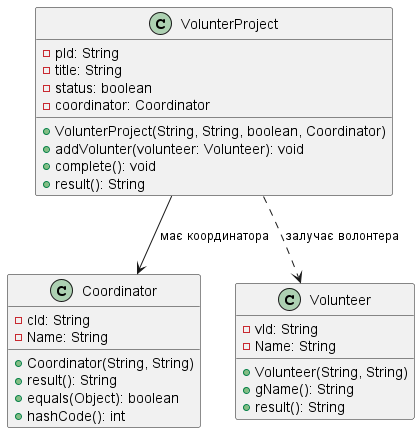
This is lab1/docs/d.png from alexboikotik-png/oop-khpi-2, a PlantUML export, as it was before one commit.
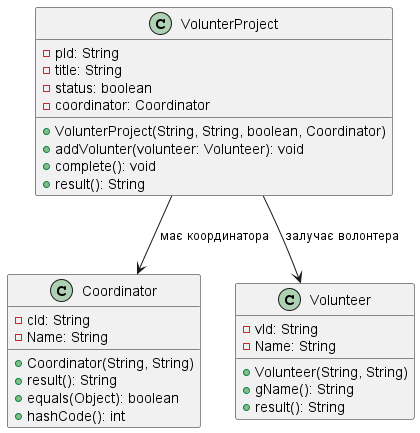
After the change.

What changed in the source:
```diff
@@ -28,5 +28,5 @@
 }
 
 VolunterProject --> Coordinator: має координатора
-VolunterProject ..> Volunteer: залучає волонтера
+VolunterProject --> Volunteer: залучає волонтера
 @enduml
```
